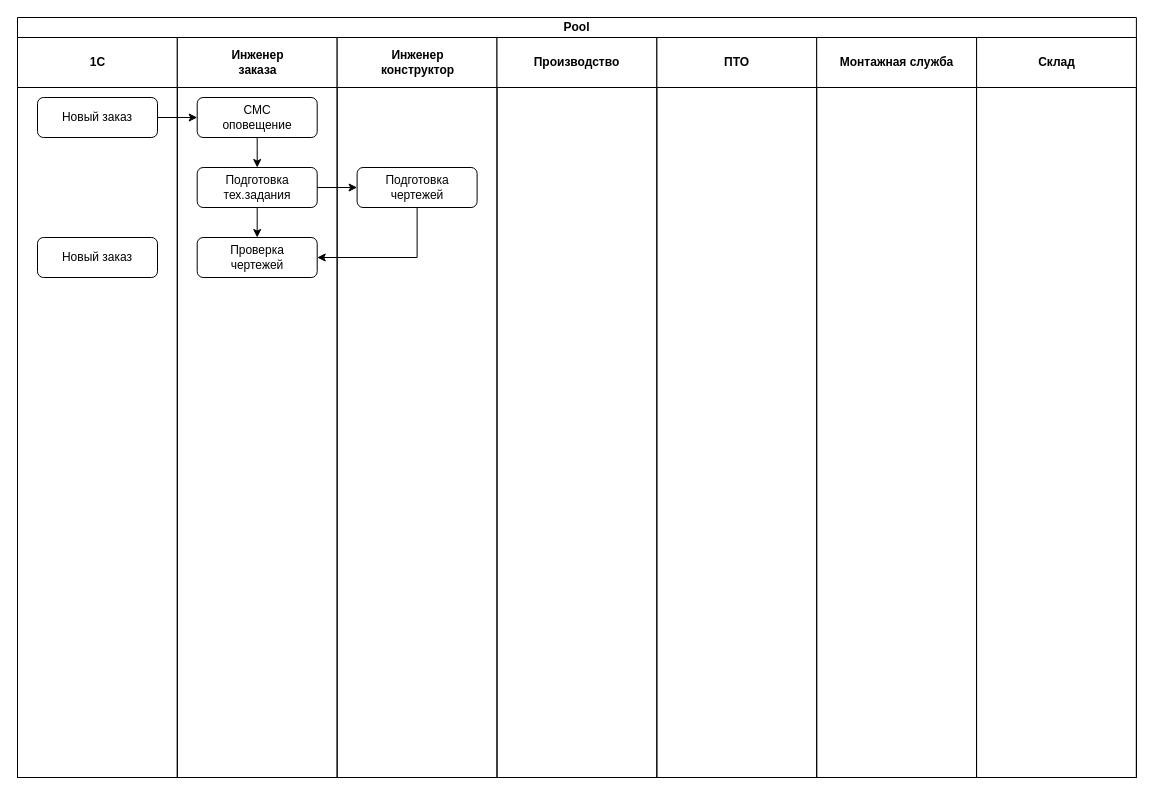
This is БП запуск заказа.drawio from silentmode0n/silentmodeon, a draw.io file, before an edit. Source tidied: cells renumbered, new cells numbered last; positions are measured from the earlier drawing's top-left corner, leaving out a move shared by most shapes. Both pictures are drawn from the tidied source at 100%, with x=0, y=0 at pixel (17, 17).
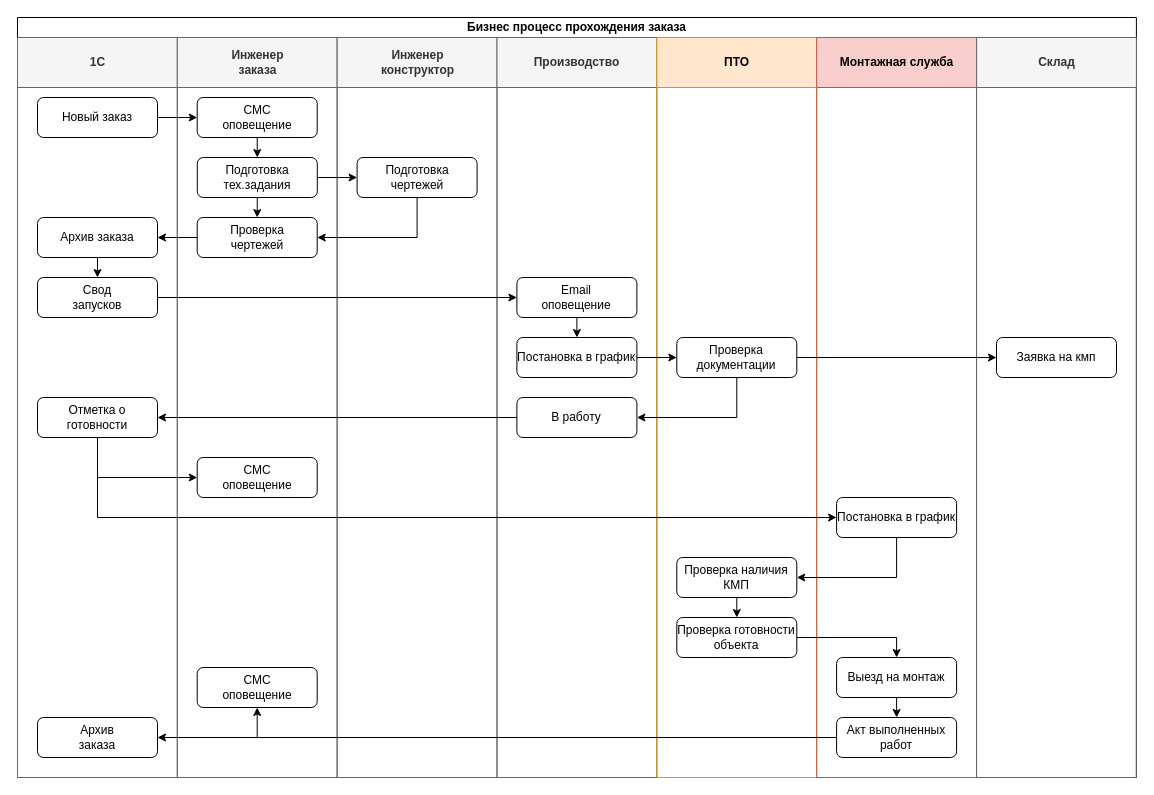
The same diagram, later.

Unchanged cells that the change refers to:
```xml
<mxCell id="4" value="Новый заказ" style="rounded=1;whiteSpace=wrap;html=1;" parent="3" vertex="1">
  <mxGeometry x="20" y="60" width="120" height="40" as="geometry" />
</mxCell>
```

Change to the diagram source:
```diff
@@
-    <mxCell id="2" value="Pool" style="swimlane;startSize=20;html=1;" parent="1" vertex="1">
+    <mxCell id="2" value="Бизнес процесс прохождения заказа" style="swimlane;startSize=20;html=1;" parent="1" vertex="1">
       <mxGeometry width="1118.9" height="760" as="geometry" />
     </mxCell>
-    <mxCell id="3" value="1C" style="swimlane;startSize=50;html=1;" parent="2" vertex="1">
+    <mxCell id="3" value="1C" style="swimlane;startSize=50;html=1;fillColor=#f5f5f5;strokeColor=#666666;fontColor=#333333;" parent="2" vertex="1">
       <mxGeometry y="20" width="159.8" height="740" as="geometry" />
     </mxCell>
@@
+    <mxCell id="21" value="&lt;div&gt;Свод&lt;/div&gt;&lt;div&gt;запусков&lt;br&gt;&lt;/div&gt;" style="rounded=1;whiteSpace=wrap;html=1;" parent="3" vertex="1">
+      <mxGeometry x="20" y="240" width="120" height="40" as="geometry" />
+    </mxCell>
+    <mxCell id="22" value="Отметка о готовности" style="rounded=1;whiteSpace=wrap;html=1;" parent="3" vertex="1">
+      <mxGeometry x="20" y="360" width="120" height="40" as="geometry" />
+    </mxCell>
+    <mxCell id="23" value="&lt;div&gt;Архив&lt;/div&gt;&lt;div&gt;заказа&lt;br&gt;&lt;/div&gt;" style="rounded=1;whiteSpace=wrap;html=1;" parent="3" vertex="1">
+      <mxGeometry x="20" y="680" width="120" height="40" as="geometry" />
+    </mxCell>
+    <mxCell id="6" value="&lt;div&gt;Инженер&lt;/div&gt;&lt;div&gt;заказа&lt;br&gt;&lt;/div&gt;" style="swimlane;startSize=50;html=1;fillColor=#f5f5f5;strokeColor=#666666;fontColor=#333333;" parent="2" vertex="1">
+      <mxGeometry x="159.8" y="20" width="159.8" height="740" as="geometry" />
+    </mxCell>
+    <mxCell id="8" value="&lt;div&gt;СМС&lt;/div&gt;&lt;div&gt;оповещение&lt;/div&gt;" style="rounded=1;whiteSpace=wrap;html=1;" parent="6" vertex="1">
+      <mxGeometry x="19.9" y="60" width="120" height="40" as="geometry" />
+    </mxCell>
+    <mxCell id="24" value="&lt;div&gt;СМС&lt;/div&gt;&lt;div&gt;оповещение&lt;/div&gt;" style="rounded=1;whiteSpace=wrap;html=1;" parent="6" vertex="1">
+      <mxGeometry x="19.9" y="420" width="120" height="40" as="geometry" />
+    </mxCell>
-    <mxCell id="5" value="Новый заказ" style="rounded=1;whiteSpace=wrap;html=1;" parent="3" vertex="1">
-      <mxGeometry x="20" y="200" width="120" height="40" as="geometry" />
+    <mxCell id="5" value="Архив заказа" style="rounded=1;whiteSpace=wrap;html=1;" parent="6" vertex="1">
+      <mxGeometry x="-139.8" y="180" width="120" height="40" as="geometry" />
     </mxCell>
-    <mxCell id="6" value="&lt;div&gt;Инженер&lt;/div&gt;&lt;div&gt;заказа&lt;br&gt;&lt;/div&gt;" style="swimlane;startSize=50;html=1;" parent="2" vertex="1">
-      <mxGeometry x="159.8" y="20" width="159.8" height="740" as="geometry" />
-    </mxCell>
+    <mxCell id="11" value="&lt;div&gt;Проверка&lt;/div&gt;&lt;div&gt;чертежей&lt;br&gt;&lt;/div&gt;" style="rounded=1;whiteSpace=wrap;html=1;" parent="6" vertex="1">
+      <mxGeometry x="19.9" y="180" width="120" height="40" as="geometry" />
+    </mxCell>
+    <mxCell id="25" style="edgeStyle=orthogonalEdgeStyle;rounded=0;jettySize=auto;html=1;exitX=0;exitY=0.5;exitDx=0;exitDy=0;entryX=1;entryY=0.5;entryDx=0;entryDy=0;" parent="6" edge="1" source="11" target="5">
+      <mxGeometry relative="1" as="geometry" />
+    </mxCell>
+    <mxCell id="26" value="&lt;div&gt;СМС&lt;/div&gt;&lt;div&gt;оповещение&lt;/div&gt;" style="rounded=1;whiteSpace=wrap;html=1;" parent="6" vertex="1">
+      <mxGeometry x="19.9" y="630" width="120" height="40" as="geometry" />
+    </mxCell>
+    <mxCell id="12" value="&lt;div&gt;Инженер&lt;/div&gt;&lt;div&gt;конструктор&lt;br&gt;&lt;/div&gt;" style="swimlane;startSize=50;html=1;fillColor=#f5f5f5;strokeColor=#666666;fontColor=#333333;" parent="2" vertex="1">
+      <mxGeometry x="319.7" y="20" width="159.8" height="740" as="geometry" />
+    </mxCell>
+    <mxCell id="10" value="Подготовка тех.задания" style="rounded=1;whiteSpace=wrap;html=1;" parent="12" vertex="1">
+      <mxGeometry x="-139.9" y="120" width="120" height="40" as="geometry" />
+    </mxCell>
+    <mxCell id="13" value="Подготовка чертежей" style="rounded=1;whiteSpace=wrap;html=1;" parent="12" vertex="1">
+      <mxGeometry x="19.9" y="120" width="120" height="40" as="geometry" />
+    </mxCell>
+    <mxCell id="19" style="edgeStyle=orthogonalEdgeStyle;rounded=0;jettySize=auto;html=1;exitX=1;exitY=0.5;exitDx=0;exitDy=0;entryX=0;entryY=0.5;entryDx=0;entryDy=0;" parent="12" edge="1" source="10" target="13">
+      <mxGeometry relative="1" as="geometry" />
+    </mxCell>
+    <mxCell id="14" value="Производство" style="swimlane;startSize=50;html=1;fillColor=#f5f5f5;strokeColor=#666666;fontColor=#333333;" parent="2" vertex="1">
+      <mxGeometry x="479.5" y="20" width="159.8" height="740" as="geometry" />
+    </mxCell>
+    <mxCell id="27" style="edgeStyle=orthogonalEdgeStyle;rounded=0;jettySize=auto;html=1;exitX=0.5;exitY=1;exitDx=0;exitDy=0;entryX=0.5;entryY=0;entryDx=0;entryDy=0;" parent="14" edge="1" source="28" target="29">
+      <mxGeometry relative="1" as="geometry" />
+    </mxCell>
+    <mxCell id="28" value="&lt;div&gt;Email&lt;/div&gt;&lt;div&gt;оповещение&lt;br&gt;&lt;/div&gt;" style="rounded=1;whiteSpace=wrap;html=1;" parent="14" vertex="1">
+      <mxGeometry x="19.9" y="240" width="120" height="40" as="geometry" />
+    </mxCell>
+    <mxCell id="29" value="Постановка в график" style="rounded=1;whiteSpace=wrap;html=1;" parent="14" vertex="1">
+      <mxGeometry x="19.9" y="300" width="120" height="40" as="geometry" />
+    </mxCell>
+    <mxCell id="30" value="В работу" style="rounded=1;whiteSpace=wrap;html=1;" parent="14" vertex="1">
+      <mxGeometry x="19.9" y="360" width="120" height="40" as="geometry" />
+    </mxCell>
+    <mxCell id="15" value="ПТО" style="swimlane;startSize=50;html=1;fillColor=#ffe6cc;strokeColor=#d79b00;" parent="2" vertex="1">
+      <mxGeometry x="639.4" y="20" width="159.8" height="740" as="geometry" />
+    </mxCell>
+    <mxCell id="31" value="&lt;div&gt;Проверка&lt;/div&gt;&lt;div&gt;документации&lt;br&gt;&lt;/div&gt;" style="rounded=1;whiteSpace=wrap;html=1;" parent="15" vertex="1">
+      <mxGeometry x="19.9" y="300" width="120" height="40" as="geometry" />
+    </mxCell>
+    <mxCell id="32" style="edgeStyle=orthogonalEdgeStyle;rounded=0;jettySize=auto;html=1;exitX=0.5;exitY=1;exitDx=0;exitDy=0;entryX=0.5;entryY=0;entryDx=0;entryDy=0;" parent="15" edge="1" source="33" target="34">
+      <mxGeometry relative="1" as="geometry" />
+    </mxCell>
+    <mxCell id="33" value="Проверка наличия КМП" style="rounded=1;whiteSpace=wrap;html=1;" parent="15" vertex="1">
+      <mxGeometry x="19.9" y="520" width="120" height="40" as="geometry" />
+    </mxCell>
+    <mxCell id="34" value="Проверка готовности объекта" style="rounded=1;whiteSpace=wrap;html=1;" parent="15" vertex="1">
+      <mxGeometry x="19.9" y="580" width="120" height="40" as="geometry" />
+    </mxCell>
+    <mxCell id="16" value="Монтажная служба" style="swimlane;startSize=50;html=1;fillColor=#f8cecc;strokeColor=#b85450;" parent="2" vertex="1">
+      <mxGeometry x="799.2" y="20" width="159.8" height="740" as="geometry" />
+    </mxCell>
+    <mxCell id="35" value="Постановка в график" style="rounded=1;whiteSpace=wrap;html=1;" parent="16" vertex="1">
+      <mxGeometry x="19.9" y="460" width="120" height="40" as="geometry" />
+    </mxCell>
+    <mxCell id="36" style="edgeStyle=orthogonalEdgeStyle;rounded=0;jettySize=auto;html=1;exitX=0.5;exitY=1;exitDx=0;exitDy=0;entryX=0.5;entryY=0;entryDx=0;entryDy=0;" parent="16" edge="1" source="37" target="38">
+      <mxGeometry relative="1" as="geometry" />
+    </mxCell>
+    <mxCell id="37" value="Выезд на монтаж" style="rounded=1;whiteSpace=wrap;html=1;" parent="16" vertex="1">
+      <mxGeometry x="19.9" y="620" width="120" height="40" as="geometry" />
+    </mxCell>
+    <mxCell id="38" value="Акт выполненных работ" style="rounded=1;whiteSpace=wrap;html=1;" parent="16" vertex="1">
+      <mxGeometry x="19.9" y="680" width="120" height="40" as="geometry" />
+    </mxCell>
+    <mxCell id="17" value="Склад" style="swimlane;startSize=50;html=1;fillColor=#f5f5f5;fontColor=#333333;strokeColor=#666666;" parent="2" vertex="1">
+      <mxGeometry x="959.1" y="20" width="159.8" height="740" as="geometry" />
+    </mxCell>
+    <mxCell id="39" value="Заявка на кмп" style="rounded=1;whiteSpace=wrap;html=1;" parent="17" vertex="1">
+      <mxGeometry x="19.9" y="300" width="120" height="40" as="geometry" />
+    </mxCell>
+    <mxCell id="18" style="edgeStyle=orthogonalEdgeStyle;rounded=0;jettySize=auto;html=1;exitX=1;exitY=0.5;exitDx=0;exitDy=0;entryX=0;entryY=0.5;entryDx=0;entryDy=0;" parent="2" edge="1" source="4" target="8">
+      <mxGeometry relative="1" as="geometry" />
+    </mxCell>
+    <mxCell id="20" style="edgeStyle=orthogonalEdgeStyle;rounded=0;jettySize=auto;html=1;exitX=0.5;exitY=1;exitDx=0;exitDy=0;entryX=1;entryY=0.5;entryDx=0;entryDy=0;" parent="2" edge="1" source="13" target="11">
+      <mxGeometry relative="1" as="geometry" />
+    </mxCell>
+    <mxCell id="40" style="edgeStyle=orthogonalEdgeStyle;rounded=0;jettySize=auto;html=1;exitX=1;exitY=0.5;exitDx=0;exitDy=0;entryX=0;entryY=0.5;entryDx=0;entryDy=0;" parent="2" edge="1" source="21" target="28">
+      <mxGeometry relative="1" as="geometry" />
+    </mxCell>
+    <mxCell id="41" style="edgeStyle=orthogonalEdgeStyle;rounded=0;jettySize=auto;html=1;exitX=1;exitY=0.5;exitDx=0;exitDy=0;entryX=0;entryY=0.5;entryDx=0;entryDy=0;" parent="2" edge="1" source="29" target="31">
+      <mxGeometry relative="1" as="geometry" />
+    </mxCell>
+    <mxCell id="42" style="edgeStyle=orthogonalEdgeStyle;rounded=0;jettySize=auto;html=1;exitX=1;exitY=0.5;exitDx=0;exitDy=0;entryX=0;entryY=0.5;entryDx=0;entryDy=0;" parent="2" edge="1" source="31" target="39">
+      <mxGeometry relative="1" as="geometry" />
+    </mxCell>
+    <mxCell id="43" style="edgeStyle=orthogonalEdgeStyle;rounded=0;jettySize=auto;html=1;exitX=0.5;exitY=1;exitDx=0;exitDy=0;entryX=1;entryY=0.5;entryDx=0;entryDy=0;" parent="2" edge="1" source="31" target="30">
+      <mxGeometry relative="1" as="geometry" />
+    </mxCell>
+    <mxCell id="44" style="edgeStyle=orthogonalEdgeStyle;rounded=0;jettySize=auto;html=1;exitX=0;exitY=0.5;exitDx=0;exitDy=0;" parent="2" edge="1" source="30" target="22">
+      <mxGeometry relative="1" as="geometry" />
+    </mxCell>
+    <mxCell id="45" style="edgeStyle=orthogonalEdgeStyle;rounded=0;jettySize=auto;html=1;exitX=0.5;exitY=1;exitDx=0;exitDy=0;entryX=0;entryY=0.5;entryDx=0;entryDy=0;" parent="2" edge="1" source="22" target="24">
+      <mxGeometry relative="1" as="geometry" />
+    </mxCell>
+    <mxCell id="46" style="edgeStyle=orthogonalEdgeStyle;rounded=0;jettySize=auto;html=1;exitX=0.5;exitY=1;exitDx=0;exitDy=0;entryX=0;entryY=0.5;entryDx=0;entryDy=0;" parent="2" edge="1" source="22" target="35">
+      <mxGeometry relative="1" as="geometry" />
+    </mxCell>
-    <mxCell id="7" style="edgeStyle=orthogonalEdgeStyle;rounded=0;jettySize=auto;html=1;exitX=0.5;exitY=1;exitDx=0;exitDy=0;entryX=0.5;entryY=0;entryDx=0;entryDy=0;" parent="6" edge="1" source="8" target="10">
+    <mxCell id="7" style="edgeStyle=orthogonalEdgeStyle;rounded=0;jettySize=auto;html=1;exitX=0.5;exitY=1;exitDx=0;exitDy=0;entryX=0.5;entryY=0;entryDx=0;entryDy=0;" parent="2" edge="1" source="8" target="10">
       <mxGeometry relative="1" as="geometry" />
     </mxCell>
-    <mxCell id="8" value="&lt;div&gt;СМС&lt;/div&gt;&lt;div&gt;оповещение&lt;/div&gt;" style="rounded=1;whiteSpace=wrap;html=1;" parent="6" vertex="1">
-      <mxGeometry x="19.9" y="60" width="120" height="40" as="geometry" />
-    </mxCell>
-    <mxCell id="9" style="edgeStyle=orthogonalEdgeStyle;rounded=0;jettySize=auto;html=1;exitX=0.5;exitY=1;exitDx=0;exitDy=0;entryX=0.5;entryY=0;entryDx=0;entryDy=0;" parent="6" edge="1" source="10" target="11">
+    <mxCell id="9" style="edgeStyle=orthogonalEdgeStyle;rounded=0;jettySize=auto;html=1;exitX=0.5;exitY=1;exitDx=0;exitDy=0;entryX=0.5;entryY=0;entryDx=0;entryDy=0;" parent="2" edge="1" source="10" target="11">
       <mxGeometry relative="1" as="geometry" />
     </mxCell>
-    <mxCell id="10" value="Подготовка тех.задания" style="rounded=1;whiteSpace=wrap;html=1;" parent="6" vertex="1">
-      <mxGeometry x="19.9" y="130" width="120" height="40" as="geometry" />
-    </mxCell>
-    <mxCell id="11" value="&lt;div&gt;Проверка&lt;/div&gt;&lt;div&gt;чертежей&lt;br&gt;&lt;/div&gt;" style="rounded=1;whiteSpace=wrap;html=1;" parent="6" vertex="1">
-      <mxGeometry x="19.9" y="200" width="120" height="40" as="geometry" />
-    </mxCell>
-    <mxCell id="12" value="&lt;div&gt;Инженер&lt;/div&gt;&lt;div&gt;конструктор&lt;br&gt;&lt;/div&gt;" style="swimlane;startSize=50;html=1;" parent="2" vertex="1">
-      <mxGeometry x="319.7" y="20" width="159.8" height="740" as="geometry" />
-    </mxCell>
-    <mxCell id="13" value="Подготовка чертежей" style="rounded=1;whiteSpace=wrap;html=1;" parent="12" vertex="1">
-      <mxGeometry x="19.9" y="130" width="120" height="40" as="geometry" />
-    </mxCell>
-    <mxCell id="14" value="Производство" style="swimlane;startSize=50;html=1;" parent="2" vertex="1">
-      <mxGeometry x="479.5" y="20" width="159.8" height="740" as="geometry" />
-    </mxCell>
-    <mxCell id="15" value="ПТО" style="swimlane;startSize=50;html=1;" parent="2" vertex="1">
-      <mxGeometry x="639.4" y="20" width="159.8" height="740" as="geometry" />
-    </mxCell>
-    <mxCell id="16" value="Монтажная служба" style="swimlane;startSize=50;html=1;" parent="2" vertex="1">
-      <mxGeometry x="799.2" y="20" width="159.8" height="740" as="geometry" />
-    </mxCell>
-    <mxCell id="17" value="Склад" style="swimlane;startSize=50;html=1;" parent="2" vertex="1">
-      <mxGeometry x="959.1" y="20" width="159.8" height="740" as="geometry" />
-    </mxCell>
-    <mxCell id="18" style="edgeStyle=orthogonalEdgeStyle;rounded=0;jettySize=auto;html=1;exitX=1;exitY=0.5;exitDx=0;exitDy=0;entryX=0;entryY=0.5;entryDx=0;entryDy=0;" parent="2" edge="1" source="4" target="8">
-      <mxGeometry relative="1" as="geometry" />
-    </mxCell>
-    <mxCell id="19" style="edgeStyle=orthogonalEdgeStyle;rounded=0;jettySize=auto;html=1;exitX=1;exitY=0.5;exitDx=0;exitDy=0;entryX=0;entryY=0.5;entryDx=0;entryDy=0;" parent="2" edge="1" source="10" target="13">
-      <mxGeometry relative="1" as="geometry" />
-    </mxCell>
-    <mxCell id="20" style="edgeStyle=orthogonalEdgeStyle;rounded=0;jettySize=auto;html=1;exitX=0.5;exitY=1;exitDx=0;exitDy=0;entryX=1;entryY=0.5;entryDx=0;entryDy=0;" parent="2" edge="1" source="13" target="11">
-      <mxGeometry relative="1" as="geometry" />
-    </mxCell>
+    <mxCell id="47" style="edgeStyle=orthogonalEdgeStyle;rounded=0;jettySize=auto;html=1;exitX=0.5;exitY=1;exitDx=0;exitDy=0;entryX=0.5;entryY=0;entryDx=0;entryDy=0;" parent="2" edge="1" source="5" target="21">
+      <mxGeometry relative="1" as="geometry" />
+    </mxCell>
+    <mxCell id="48" style="edgeStyle=orthogonalEdgeStyle;rounded=0;jettySize=auto;html=1;exitX=0.5;exitY=1;exitDx=0;exitDy=0;entryX=1;entryY=0.5;entryDx=0;entryDy=0;" parent="2" edge="1" source="35" target="33">
+      <mxGeometry relative="1" as="geometry" />
+    </mxCell>
+    <mxCell id="49" style="edgeStyle=orthogonalEdgeStyle;rounded=0;jettySize=auto;html=1;exitX=1;exitY=0.5;exitDx=0;exitDy=0;entryX=0.5;entryY=0;entryDx=0;entryDy=0;" parent="2" edge="1" source="34" target="37">
+      <mxGeometry relative="1" as="geometry" />
+    </mxCell>
+    <mxCell id="50" style="edgeStyle=orthogonalEdgeStyle;rounded=0;jettySize=auto;html=1;exitX=0;exitY=0.5;exitDx=0;exitDy=0;entryX=1;entryY=0.5;entryDx=0;entryDy=0;" parent="2" edge="1" source="38" target="23">
+      <mxGeometry relative="1" as="geometry" />
+    </mxCell>
+    <mxCell id="51" style="edgeStyle=orthogonalEdgeStyle;rounded=0;jettySize=auto;html=1;exitX=0;exitY=0.5;exitDx=0;exitDy=0;entryX=0.5;entryY=1;entryDx=0;entryDy=0;" parent="2" edge="1" source="38" target="26">
+      <mxGeometry relative="1" as="geometry" />
+    </mxCell>
```
